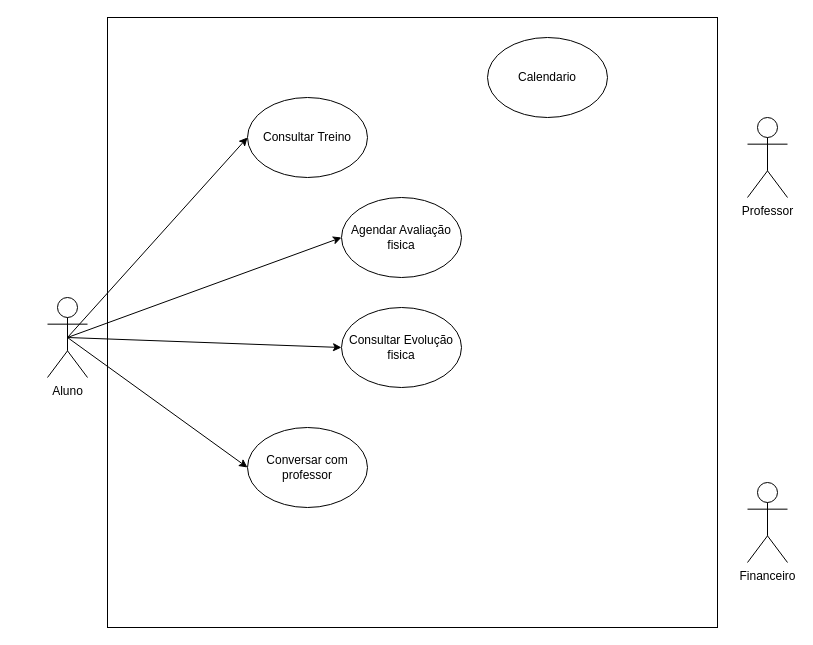
llgasparino/uml-academia keeps this draw.io diagram as casodeusoacademia.drawio. Above is the earlier version. Source tidied: cells renumbered, new cells numbered last; positions are measured from the earlier drawing's top-left corner, leaving out a move shared by most shapes. Both pictures are drawn from the tidied source at 100%, with x=0, y=0 at pixel (47, 17).
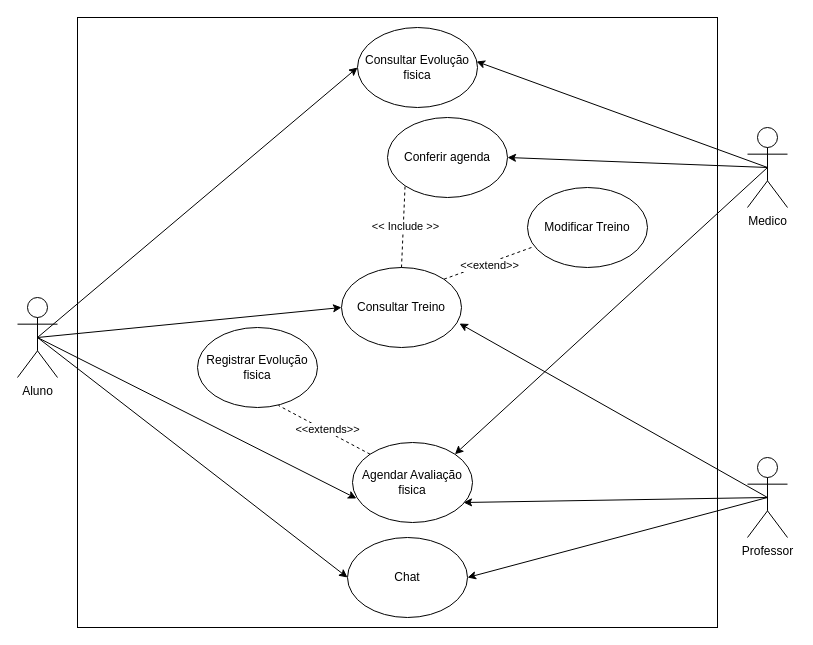
The same diagram, later.

What changed in the source:
```diff
@@
     <mxCell id="2" style="rounded=0;whiteSpace=wrap;html=1;" parent="1" vertex="1">
-      <mxGeometry x="60" width="610" height="610" as="geometry" />
+      <mxGeometry x="30" width="640" height="610" as="geometry" />
     </mxCell>
-    <mxCell id="3" style="rounded=0;jettySize=auto;html=1;exitX=0.5;exitY=0.5;exitDx=0;exitDy=0;exitPerimeter=0;entryX=0;entryY=0.5;entryDx=0;entryDy=0;" parent="1" edge="1" source="6" target="9">
-      <mxGeometry relative="1" as="geometry" />
-    </mxCell>
@@
+    <mxCell id="3" style="edgeStyle=none;rounded=0;jettySize=auto;html=1;exitX=0.5;exitY=0.5;exitDx=0;exitDy=0;exitPerimeter=0;entryX=0;entryY=0.5;entryDx=0;entryDy=0;" parent="1" edge="1" source="6" target="9">
+      <mxGeometry relative="1" as="geometry" />
+    </mxCell>
     <mxCell id="6" value="Aluno&lt;div&gt;&lt;br&gt;&lt;/div&gt;" style="shape=umlActor;verticalLabelPosition=bottom;verticalAlign=top;html=1;outlineConnect=0;" parent="1" vertex="1">
-      <mxGeometry y="280" width="40" height="80" as="geometry" />
+      <mxGeometry x="-30" y="280" width="40" height="80" as="geometry" />
     </mxCell>
+    <mxCell id="15" style="edgeStyle=none;rounded=0;jettySize=auto;html=1;exitX=0.5;exitY=0.5;exitDx=0;exitDy=0;exitPerimeter=0;entryX=0.925;entryY=0.75;entryDx=0;entryDy=0;entryPerimeter=0;" parent="1" edge="1" source="7" target="10">
+      <mxGeometry relative="1" as="geometry" />
+    </mxCell>
+    <mxCell id="16" style="edgeStyle=none;rounded=0;jettySize=auto;html=1;exitX=0.5;exitY=0.5;exitDx=0;exitDy=0;exitPerimeter=0;entryX=1;entryY=0.5;entryDx=0;entryDy=0;" parent="1" edge="1" source="7" target="12">
+      <mxGeometry relative="1" as="geometry" />
+    </mxCell>
     <mxCell id="7" value="Professor" style="shape=umlActor;verticalLabelPosition=bottom;verticalAlign=top;html=1;outlineConnect=0;" parent="1" vertex="1">
-      <mxGeometry x="700" y="100" width="40" height="80" as="geometry" />
+      <mxGeometry x="700" y="440" width="40" height="80" as="geometry" />
     </mxCell>
+    <mxCell id="17" style="edgeStyle=none;rounded=0;jettySize=auto;html=1;exitX=0.5;exitY=0.5;exitDx=0;exitDy=0;exitPerimeter=0;entryX=0.992;entryY=0.425;entryDx=0;entryDy=0;entryPerimeter=0;" parent="1" edge="1" source="8" target="11">
+      <mxGeometry relative="1" as="geometry" />
+    </mxCell>
+    <mxCell id="18" style="edgeStyle=none;rounded=0;jettySize=auto;html=1;exitX=0.5;exitY=0.5;exitDx=0;exitDy=0;exitPerimeter=0;entryX=1;entryY=0;entryDx=0;entryDy=0;" parent="1" edge="1" source="8" target="10">
+      <mxGeometry relative="1" as="geometry" />
+    </mxCell>
+    <mxCell id="19" style="edgeStyle=none;rounded=0;jettySize=auto;html=1;exitX=0.5;exitY=0.5;exitDx=0;exitDy=0;exitPerimeter=0;entryX=1;entryY=0.5;entryDx=0;entryDy=0;" parent="1" edge="1" source="8" target="13">
+      <mxGeometry relative="1" as="geometry" />
+    </mxCell>
-    <mxCell id="8" value="Financeiro" style="shape=umlActor;verticalLabelPosition=bottom;verticalAlign=top;html=1;outlineConnect=0;" parent="1" vertex="1">
-      <mxGeometry x="700" y="465" width="40" height="80" as="geometry" />
+    <mxCell id="8" value="Medico" style="shape=umlActor;verticalLabelPosition=bottom;verticalAlign=top;html=1;outlineConnect=0;" parent="1" vertex="1">
+      <mxGeometry x="700" y="110" width="40" height="80" as="geometry" />
     </mxCell>
+    <mxCell id="20" style="edgeStyle=none;rounded=0;jettySize=auto;html=1;exitX=0.5;exitY=0.5;exitDx=0;exitDy=0;exitPerimeter=0;entryX=0.983;entryY=0.7;entryDx=0;entryDy=0;entryPerimeter=0;" parent="1" edge="1" source="7" target="9">
+      <mxGeometry relative="1" as="geometry" />
+    </mxCell>
     <mxCell id="9" value="Consultar Treino" style="ellipse;whiteSpace=wrap;html=1;" parent="1" vertex="1">
-      <mxGeometry x="200" y="80" width="120" height="80" as="geometry" />
+      <mxGeometry x="294" y="250" width="120" height="80" as="geometry" />
     </mxCell>
     <mxCell id="10" value="Agendar Avaliação fisica" style="ellipse;whiteSpace=wrap;html=1;" parent="1" vertex="1">
-      <mxGeometry x="294" y="180" width="120" height="80" as="geometry" />
+      <mxGeometry x="305" y="425" width="120" height="80" as="geometry" />
     </mxCell>
     <mxCell id="11" value="Consultar Evolução fisica" style="ellipse;whiteSpace=wrap;html=1;" parent="1" vertex="1">
-      <mxGeometry x="294" y="290" width="120" height="80" as="geometry" />
+      <mxGeometry x="310" y="10" width="120" height="80" as="geometry" />
     </mxCell>
-    <mxCell id="12" value="Conversar com professor" style="ellipse;whiteSpace=wrap;html=1;" parent="1" vertex="1">
-      <mxGeometry x="200" y="410" width="120" height="80" as="geometry" />
+    <mxCell id="12" value="Chat" style="ellipse;whiteSpace=wrap;html=1;" parent="1" vertex="1">
+      <mxGeometry x="300" y="520" width="120" height="80" as="geometry" />
     </mxCell>
-    <mxCell id="13" value="Calendario" style="ellipse;whiteSpace=wrap;html=1;" parent="1" vertex="1">
-      <mxGeometry x="440" y="20" width="120" height="80" as="geometry" />
+    <mxCell id="13" value="Conferir agenda" style="ellipse;whiteSpace=wrap;html=1;" parent="1" vertex="1">
+      <mxGeometry x="340" y="100" width="120" height="80" as="geometry" />
     </mxCell>
-    <mxCell id="14" style="rounded=0;jettySize=auto;html=1;exitX=0.5;exitY=0.5;exitDx=0;exitDy=0;exitPerimeter=0;entryX=0;entryY=0.5;entryDx=0;entryDy=0;" parent="1" edge="1" source="6" target="10">
+    <mxCell id="14" style="rounded=0;jettySize=auto;html=1;exitX=0.5;exitY=0.5;exitDx=0;exitDy=0;exitPerimeter=0;entryX=0.033;entryY=0.7;entryDx=0;entryDy=0;entryPerimeter=0;" parent="1" edge="1" source="6" target="10">
       <mxGeometry relative="1" as="geometry" />
     </mxCell>
+    <mxCell id="21" style="endArrow=none;dashed=1;html=1;rounded=0;exitX=0.5;exitY=0;exitDx=0;exitDy=0;entryX=0;entryY=1;entryDx=0;entryDy=0;" parent="1" edge="1" source="9" target="13">
+      <mxGeometry relative="1" as="geometry" />
+    </mxCell>
+    <mxCell id="22" value="&amp;lt;&amp;lt; Include &amp;gt;&amp;gt;" style="edgeLabel;html=1;align=center;verticalAlign=middle;" parent="21" vertex="1">
+      <mxGeometry x="0.01" y="-2" relative="1" as="geometry">
+        <mxPoint y="-1" as="offset" />
+      </mxGeometry>
+    </mxCell>
+    <mxCell id="23" value="Registrar Evolução fisica" style="ellipse;whiteSpace=wrap;html=1;" parent="1" vertex="1">
+      <mxGeometry x="150" y="310" width="120" height="80" as="geometry" />
+    </mxCell>
+    <mxCell id="24" style="endArrow=none;dashed=1;html=1;rounded=0;exitX=0;exitY=0;exitDx=0;exitDy=0;entryX=0.675;entryY=0.975;entryDx=0;entryDy=0;entryPerimeter=0;" parent="1" edge="1" source="10" target="23">
+      <mxGeometry relative="1" as="geometry" />
+    </mxCell>
+    <mxCell id="25" value="&amp;lt;&amp;lt;extends&amp;gt;&amp;gt;" style="edgeLabel;html=1;align=center;verticalAlign=middle;" parent="24" vertex="1">
+      <mxGeometry x="-0.02" y="-1" relative="1" as="geometry">
+        <mxPoint x="1" as="offset" />
+      </mxGeometry>
+    </mxCell>
+    <mxCell id="26" value="Modificar Treino" style="ellipse;whiteSpace=wrap;html=1;" parent="1" vertex="1">
+      <mxGeometry x="480" y="170" width="120" height="80" as="geometry" />
+    </mxCell>
+    <mxCell id="27" style="endArrow=none;dashed=1;html=1;rounded=0;exitX=0.033;exitY=0.75;exitDx=0;exitDy=0;entryX=1;entryY=0;entryDx=0;entryDy=0;exitPerimeter=0;" parent="1" edge="1" source="26" target="9">
+      <mxGeometry relative="1" as="geometry" />
+    </mxCell>
+    <mxCell id="28" value="&amp;lt;&amp;lt;extend&amp;gt;&amp;gt;" style="edgeLabel;html=1;align=center;verticalAlign=middle;" parent="27" vertex="1">
+      <mxGeometry x="-0.02" y="2" relative="1" as="geometry" />
+    </mxCell>
```
